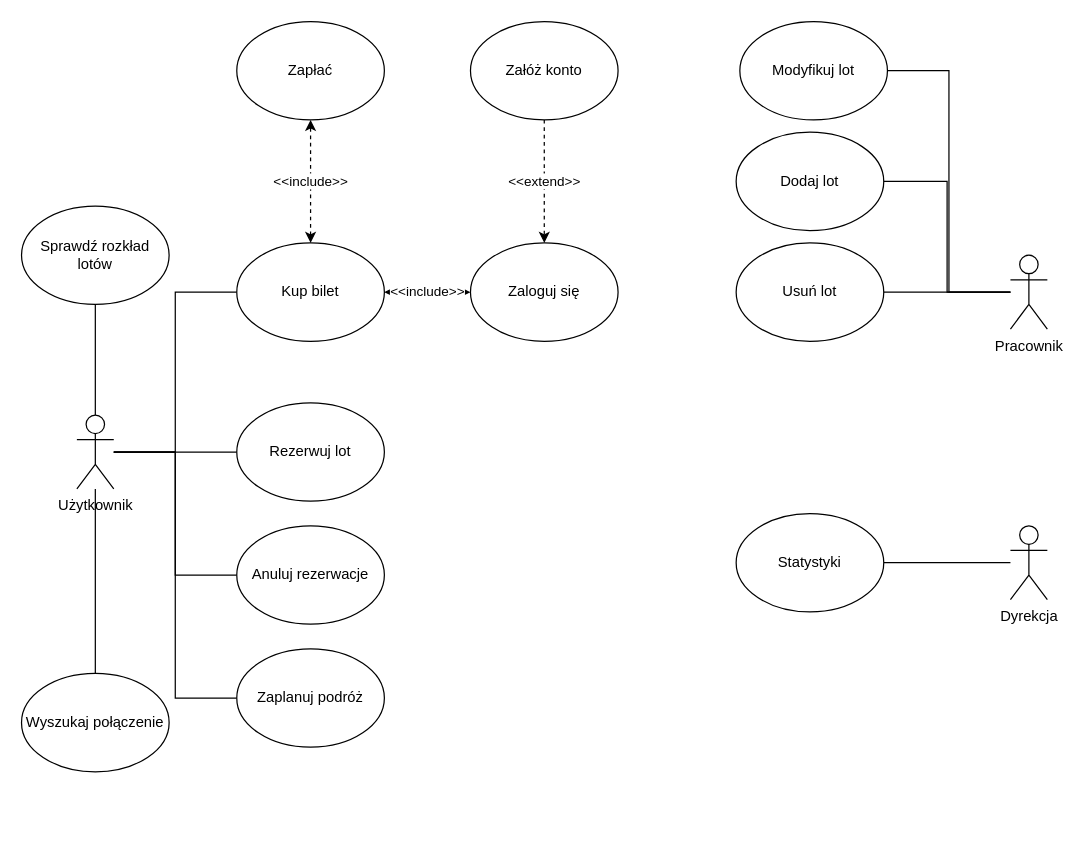
This is diagram_uzycia.drawio from MichjuX/UML_Diagrams, a draw.io file, before an edit. Source tidied: cells renumbered, new cells numbered last; positions are measured from the earlier drawing's top-left corner, leaving out a move shared by most shapes. Both pictures are drawn from the tidied source at 123%, with x=0, y=0 at pixel (21, 21).
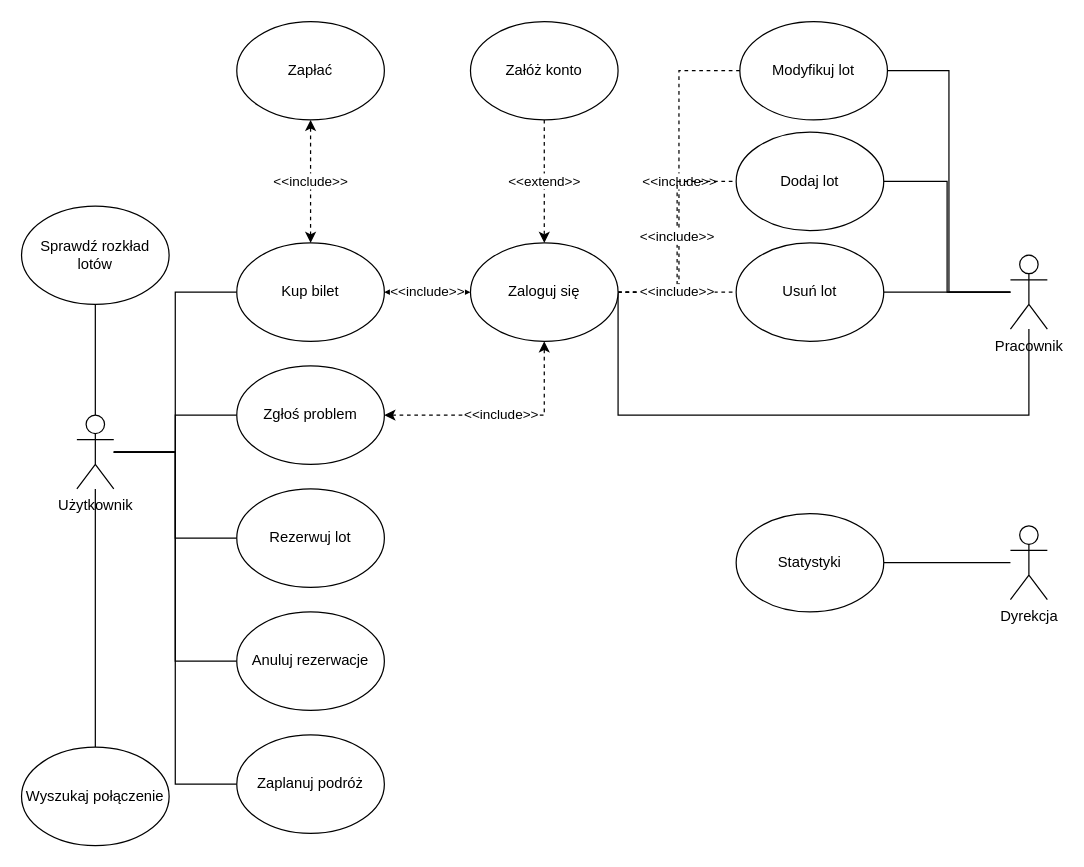
The same page after the edit.

Unchanged cells that the change refers to:
```xml
<mxCell id="2" value="Dodaj lot" style="ellipse;whiteSpace=wrap;html=1;" parent="1" vertex="1">
  <mxGeometry x="581" y="90" width="120" height="80" as="geometry" />
</mxCell>
<mxCell id="10" value="Użytkownik" style="shape=umlActor;verticalLabelPosition=bottom;verticalAlign=top;html=1;outlineConnect=0;" parent="1" vertex="1">
  <mxGeometry x="45" y="320" width="30" height="60" as="geometry" />
</mxCell>
<mxCell id="14" value="Usuń lot" style="ellipse;whiteSpace=wrap;html=1;" parent="1" vertex="1">
  <mxGeometry x="581" y="180" width="120" height="80" as="geometry" />
</mxCell>
<mxCell id="15" value="Modyfikuj lot" style="ellipse;whiteSpace=wrap;html=1;" parent="1" vertex="1">
  <mxGeometry x="584" width="120" height="80" as="geometry" />
</mxCell>
<mxCell id="19" value="Pracownik" style="shape=umlActor;verticalLabelPosition=bottom;verticalAlign=top;html=1;outlineConnect=0;" parent="1" vertex="1">
  <mxGeometry x="804" y="190" width="30" height="60" as="geometry" />
</mxCell>
<mxCell id="27" value="Zaloguj się" style="ellipse;whiteSpace=wrap;html=1;direction=west;" parent="1" vertex="1">
  <mxGeometry x="365" y="180" width="120" height="80" as="geometry" />
</mxCell>
```

Change to the diagram source:
```diff
@@
+    <mxCell id="32" style="edgeStyle=orthogonalEdgeStyle;rounded=0;jettySize=auto;html=1;entryX=0;entryY=0.5;entryDx=0;entryDy=0;endArrow=none;endFill=0;" parent="1" edge="1" source="10" target="38">
+      <mxGeometry relative="1" as="geometry" />
+    </mxCell>
@@
+    <mxCell id="33" style="edgeStyle=orthogonalEdgeStyle;rounded=0;jettySize=auto;html=1;entryX=0;entryY=0.5;entryDx=0;entryDy=0;endArrow=none;endFill=0;" parent="1" edge="1" source="19" target="27">
+      <mxGeometry relative="1" as="geometry">
+        <Array as="points">
+          <mxPoint x="819" y="320" />
+          <mxPoint x="485" y="320" />
+        </Array>
+      </mxGeometry>
+    </mxCell>
@@
     <mxCell id="20" value="Rezerwuj lot" style="ellipse;whiteSpace=wrap;html=1;" parent="1" vertex="1">
-      <mxGeometry x="175" y="310" width="120" height="80" as="geometry" />
+      <mxGeometry x="175" y="380" width="120" height="80" as="geometry" />
     </mxCell>
     <mxCell id="21" value="Anuluj rezerwacje" style="ellipse;whiteSpace=wrap;html=1;" parent="1" vertex="1">
-      <mxGeometry x="175" y="410" width="120" height="80" as="geometry" />
+      <mxGeometry x="175" y="480" width="120" height="80" as="geometry" />
     </mxCell>
@@
     <mxCell id="26" value="Zaplanuj podróż" style="ellipse;whiteSpace=wrap;html=1;" parent="1" vertex="1">
-      <mxGeometry x="175" y="510" width="120" height="80" as="geometry" />
+      <mxGeometry x="175" y="580" width="120" height="80" as="geometry" />
     </mxCell>
+    <mxCell id="34" value="&amp;lt;&amp;lt;include&amp;gt;&amp;gt;" style="edgeStyle=orthogonalEdgeStyle;rounded=0;jettySize=auto;html=1;entryX=0;entryY=0.5;entryDx=0;entryDy=0;endArrow=none;endFill=0;dashed=1;" parent="1" edge="1" source="27" target="15">
+      <mxGeometry relative="1" as="geometry" />
+    </mxCell>
+    <mxCell id="35" value="&amp;lt;&amp;lt;include&amp;gt;&amp;gt;" style="edgeStyle=orthogonalEdgeStyle;rounded=0;jettySize=auto;html=1;entryX=0;entryY=0.5;entryDx=0;entryDy=0;dashed=1;endArrow=none;endFill=0;" parent="1" edge="1" source="27" target="2">
+      <mxGeometry relative="1" as="geometry" />
+    </mxCell>
+    <mxCell id="36" value="&amp;lt;&amp;lt;include&amp;gt;&amp;gt;" style="edgeStyle=orthogonalEdgeStyle;rounded=0;jettySize=auto;html=1;endArrow=none;endFill=0;dashed=1;" parent="1" edge="1" source="27" target="14">
+      <mxGeometry relative="1" as="geometry" />
+    </mxCell>
@@
     <mxCell id="30" value="Wyszukaj połączenie" style="ellipse;whiteSpace=wrap;html=1;" parent="1" vertex="1">
-      <mxGeometry y="530" width="120" height="80" as="geometry" />
+      <mxGeometry y="590" width="120" height="80" as="geometry" />
     </mxCell>
@@
+    <mxCell id="37" value="&amp;lt;&amp;lt;include&amp;gt;&amp;gt;" style="edgeStyle=orthogonalEdgeStyle;rounded=0;jettySize=auto;html=1;entryX=0.5;entryY=0;entryDx=0;entryDy=0;startArrow=classic;startFill=1;dashed=1;" parent="1" edge="1" source="38" target="27">
+      <mxGeometry relative="1" as="geometry" />
+    </mxCell>
+    <mxCell id="38" value="Zgłoś problem" style="ellipse;whiteSpace=wrap;html=1;" parent="1" vertex="1">
+      <mxGeometry x="175" y="280" width="120" height="80" as="geometry" />
+    </mxCell>
```
